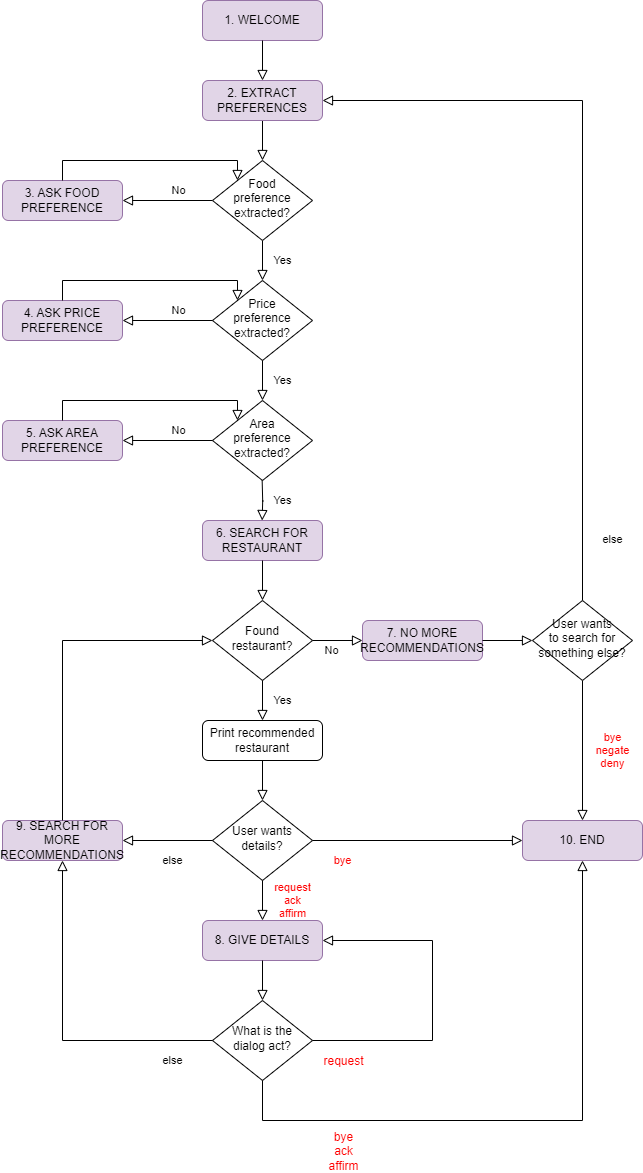
Before: figures/Diagram-Part1B.png, a diagram exported from draw.io (alexia-nt/Restaurant-Recommendations-Dialog-System). Source tidied: cells renumbered, new cells last; positions are measured from the earlier drawing's top-left corner, leaving out a move shared by most shapes.
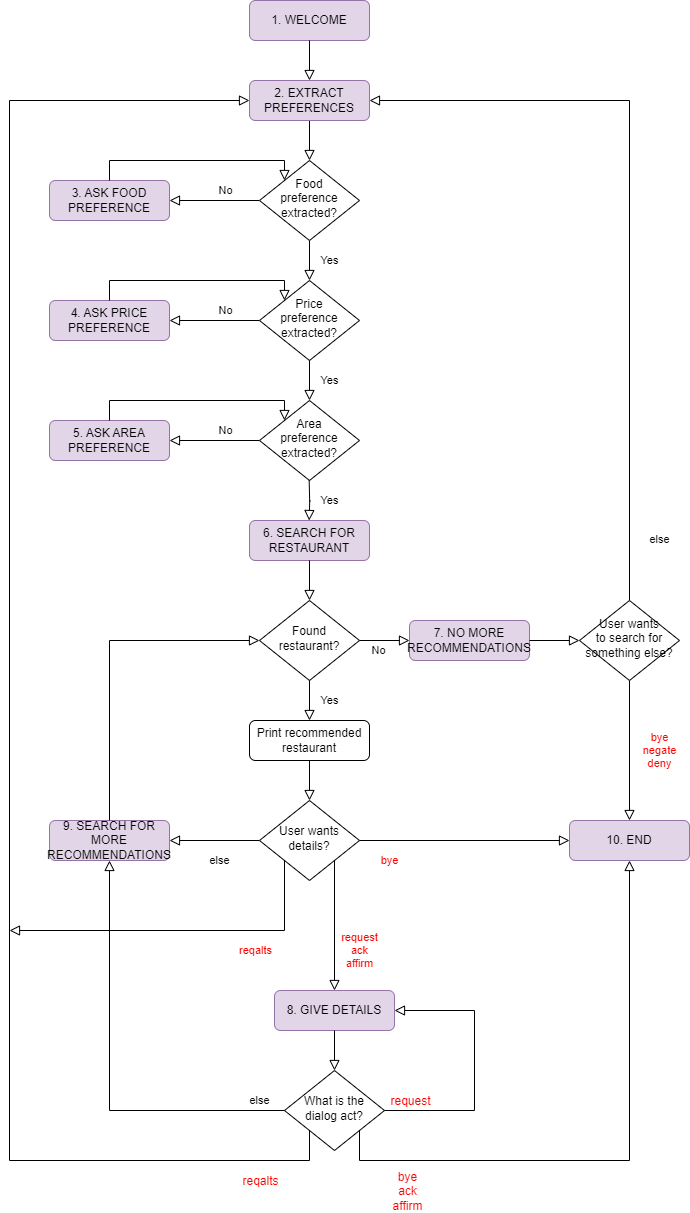
Above is the later version.

The edit, as a diff of the source:
```diff
@@ -71,22 +71,19 @@
         </Array>
       </mxGeometry>
     </mxCell>
-    <mxCell id="20" value="Yes" style="rounded=0;html=1;jettySize=auto;orthogonalLoop=1;fontSize=11;endArrow=block;endFill=0;endSize=8;strokeWidth=1;shadow=0;labelBackgroundColor=none;edgeStyle=orthogonalEdgeStyle;exitX=0.5;exitY=1;exitDx=0;exitDy=0;" parent="1" edge="1">
-      <mxGeometry x="0.05" y="20" relative="1" as="geometry">
-        <mxPoint x="259.7" y="480" as="sourcePoint" />
-        <mxPoint x="259.7" y="520" as="targetPoint" />
-        <mxPoint y="-1" as="offset" />
-      </mxGeometry>
-    </mxCell>
+    <mxCell id="48" value="Yes" style="rounded=0;html=1;jettySize=auto;orthogonalLoop=1;fontSize=11;endArrow=block;endFill=0;endSize=8;strokeWidth=1;shadow=0;labelBackgroundColor=none;edgeStyle=orthogonalEdgeStyle;exitX=0.5;exitY=1;exitDx=0;exitDy=0;" parent="1" edge="1">
+      <mxGeometry x="0.05" y="20" relative="1" as="geometry">
+        <mxPoint x="259.7" y="480" as="sourcePoint" />
+        <mxPoint x="259.7" y="520" as="targetPoint" />
+        <mxPoint y="-1" as="offset" />
+      </mxGeometry>
+    </mxCell>
     <mxCell id="21" value="6. SEARCH FOR RESTAURANT" style="rounded=1;whiteSpace=wrap;html=1;fontSize=12;glass=0;strokeWidth=1;shadow=0;fillColor=#e1d5e7;strokeColor=#9673a6;" parent="1" vertex="1">
       <mxGeometry x="200" y="520" width="120" height="40" as="geometry" />
     </mxCell>
     <mxCell id="22" value="Found restaurant?" style="rhombus;whiteSpace=wrap;html=1;shadow=0;fontFamily=Helvetica;fontSize=12;align=center;strokeWidth=1;spacing=6;spacingTop=-4;" parent="1" vertex="1">
       <mxGeometry x="210" y="600" width="100" height="80" as="geometry" />
     </mxCell>
-    <mxCell id="23" value="Yes" style="rounded=0;jettySize=auto;fontSize=11;endArrow=block;endFill=0;endSize=8;strokeWidth=1;shadow=0;labelBackgroundColor=none;edgeStyle=orthogonalEdgeStyle;exitX=0.5;exitY=1;exitDx=0;exitDy=0;entryX=0.5;entryY=0;entryDx=0;entryDy=0;html=1;fontColor=none;noLabel=1;textShadow=1;" parent="1" edge="1" source="21" target="22">
-      <mxGeometry y="20" relative="1" as="geometry" />
-    </mxCell>
     <mxCell id="24" value="No" style="edgeStyle=orthogonalEdgeStyle;rounded=0;html=1;jettySize=auto;fontSize=11;endArrow=block;endFill=0;endSize=8;strokeWidth=1;shadow=0;labelBackgroundColor=none;entryX=0;entryY=0.5;entryDx=0;entryDy=0;exitX=1;exitY=0.5;exitDx=0;exitDy=0;" parent="1" edge="1" source="22" target="25">
       <mxGeometry x="-0.25" y="-10" relative="1" as="geometry" />
     </mxCell>
@@ -103,7 +100,7 @@
       <mxGeometry x="-0.84" y="-30" relative="1" as="geometry" />
     </mxCell>
     <mxCell id="29" value="8. GIVE DETAILS" style="rounded=1;whiteSpace=wrap;html=1;fontSize=12;glass=0;strokeWidth=1;shadow=0;fillColor=#e1d5e7;strokeColor=#9673a6;" parent="1" vertex="1">
-      <mxGeometry x="200" y="920" width="120" height="40" as="geometry" />
+      <mxGeometry x="225" y="990" width="120" height="40" as="geometry" />
     </mxCell>
     <mxCell id="30" value="User wants details?" style="rhombus;whiteSpace=wrap;html=1;shadow=0;fontFamily=Helvetica;fontSize=12;align=center;strokeWidth=1;spacing=6;spacingTop=-4;" parent="1" vertex="1">
       <mxGeometry x="210" y="800" width="100" height="80" as="geometry" />
@@ -130,29 +127,29 @@
     <mxCell id="36" style="edgeStyle=orthogonalEdgeStyle;rounded=0;html=1;jettySize=auto;fontSize=11;endArrow=block;endFill=0;endSize=8;strokeWidth=1;shadow=0;labelBackgroundColor=none;entryX=0;entryY=0.5;entryDx=0;entryDy=0;exitX=1;exitY=0.5;exitDx=0;exitDy=0;" parent="1" edge="1" source="25" target="35">
       <mxGeometry x="-0.25" y="-10" relative="1" as="geometry" />
     </mxCell>
-    <mxCell id="37" value="&lt;font color=&quot;#ff0000&quot;&gt;request&lt;/font&gt;&lt;div&gt;&lt;font color=&quot;#ff0000&quot;&gt;ack&lt;/font&gt;&lt;/div&gt;&lt;div&gt;&lt;font color=&quot;#ff0000&quot;&gt;affirm&lt;/font&gt;&lt;/div&gt;" style="edgeStyle=orthogonalEdgeStyle;rounded=0;html=1;jettySize=auto;fontSize=11;endArrow=block;endFill=0;endSize=8;strokeWidth=1;shadow=0;labelBackgroundColor=none;entryX=0.5;entryY=0;entryDx=0;entryDy=0;" parent="1" edge="1" source="30" target="29">
-      <mxGeometry y="30" relative="1" as="geometry" />
+    <mxCell id="37" value="&lt;font color=&quot;#ff0000&quot;&gt;request&lt;/font&gt;&lt;div&gt;&lt;div&gt;&lt;font color=&quot;#ff0000&quot;&gt;ack&lt;/font&gt;&lt;/div&gt;&lt;div&gt;&lt;font color=&quot;#ff0000&quot;&gt;affirm&lt;/font&gt;&lt;/div&gt;&lt;/div&gt;" style="edgeStyle=orthogonalEdgeStyle;rounded=0;html=1;jettySize=auto;fontSize=11;endArrow=block;endFill=0;endSize=8;strokeWidth=1;shadow=0;labelBackgroundColor=none;entryX=0.5;entryY=0;entryDx=0;entryDy=0;exitX=1;exitY=1;exitDx=0;exitDy=0;" parent="1" edge="1" source="30" target="29">
+      <mxGeometry x="0.38" y="25" relative="1" as="geometry" />
     </mxCell>
-    <mxCell id="38" value="&lt;span style=&quot;background-color: initial;&quot;&gt;What is the dialog act?&lt;/span&gt;" style="rhombus;whiteSpace=wrap;html=1;shadow=0;fontFamily=Helvetica;fontSize=12;align=center;strokeWidth=1;spacing=6;spacingTop=-4;" parent="1" vertex="1">
-      <mxGeometry x="210" y="1000" width="100" height="80" as="geometry" />
+    <mxCell id="38" value="What is the dialog act?" style="rhombus;whiteSpace=wrap;html=1;shadow=0;fontFamily=Helvetica;fontSize=12;align=center;strokeWidth=1;spacing=6;spacingTop=-4;" parent="1" vertex="1">
+      <mxGeometry x="235" y="1070" width="100" height="80" as="geometry" />
     </mxCell>
     <mxCell id="39" value="Yes" style="rounded=0;jettySize=auto;fontSize=11;endArrow=block;endFill=0;endSize=8;strokeWidth=1;shadow=0;labelBackgroundColor=none;edgeStyle=orthogonalEdgeStyle;exitX=0.5;exitY=1;exitDx=0;exitDy=0;entryX=0.5;entryY=0;entryDx=0;entryDy=0;html=1;fontColor=none;noLabel=1;textShadow=1;" parent="1" edge="1" source="29" target="38">
       <mxGeometry y="20" relative="1" as="geometry" />
     </mxCell>
     <mxCell id="40" value="else" style="edgeStyle=orthogonalEdgeStyle;rounded=0;html=1;jettySize=auto;fontSize=11;endArrow=block;endFill=0;endSize=8;strokeWidth=1;shadow=0;labelBackgroundColor=none;entryX=0.5;entryY=1;entryDx=0;entryDy=0;exitX=0;exitY=0.5;exitDx=0;exitDy=0;" parent="1" edge="1" source="38" target="32">
-      <mxGeometry x="-0.76" y="20" relative="1" as="geometry" />
+      <mxGeometry x="-0.88" y="-10" relative="1" as="geometry" />
     </mxCell>
-    <mxCell id="41" value="Yes" style="rounded=0;jettySize=auto;fontSize=11;endArrow=block;endFill=0;endSize=8;strokeWidth=1;shadow=0;labelBackgroundColor=none;edgeStyle=orthogonalEdgeStyle;exitX=0.5;exitY=1;exitDx=0;exitDy=0;entryX=0.5;entryY=1;entryDx=0;entryDy=0;html=1;fontColor=none;noLabel=1;textShadow=1;" parent="1" edge="1" source="38" target="26">
+    <mxCell id="41" value="Yes" style="rounded=0;jettySize=auto;fontSize=11;endArrow=block;endFill=0;endSize=8;strokeWidth=1;shadow=0;labelBackgroundColor=none;edgeStyle=orthogonalEdgeStyle;exitX=1;exitY=1;exitDx=0;exitDy=0;entryX=0.5;entryY=1;entryDx=0;entryDy=0;html=1;fontColor=none;noLabel=1;textShadow=1;" parent="1" edge="1" source="38" target="26">
       <mxGeometry y="20" relative="1" as="geometry">
         <Array as="points">
-          <mxPoint x="260" y="1120" />
-          <mxPoint x="580" y="1120" />
+          <mxPoint x="310" y="1160" />
+          <mxPoint x="580" y="1160" />
         </Array>
       </mxGeometry>
     </mxCell>
-    <mxCell id="42" value="&lt;font color=&quot;#ff0000&quot;&gt;bye&lt;/font&gt;&lt;div&gt;&lt;font color=&quot;#ff0000&quot;&gt;ack&lt;/font&gt;&lt;/div&gt;&lt;div&gt;&lt;font color=&quot;#ff0000&quot;&gt;affirm&lt;/font&gt;&lt;/div&gt;" style="edgeLabel;html=1;align=center;verticalAlign=middle;fontSize=12;" parent="41" vertex="1">
+    <mxCell id="42" value="&lt;font color=&quot;#ff0000&quot;&gt;bye&lt;br&gt;ack&lt;/font&gt;&lt;div&gt;&lt;font color=&quot;#ff0000&quot;&gt;affirm&lt;/font&gt;&lt;/div&gt;" style="edgeLabel;html=1;align=center;verticalAlign=middle;fontSize=12;" parent="41" vertex="1">
       <mxGeometry x="-0.32" y="-5" relative="1" as="geometry">
-        <mxPoint x="-91" y="25" as="offset" />
+        <mxPoint x="-128" y="25" as="offset" />
       </mxGeometry>
     </mxCell>
     <mxCell id="43" value="Print recommended restaurant" style="rounded=1;whiteSpace=wrap;html=1;fontSize=12;glass=0;strokeWidth=1;shadow=0;" parent="1" vertex="1">
@@ -169,18 +166,43 @@
     <mxCell id="45" value="Yes" style="rounded=0;html=1;jettySize=auto;fontSize=11;endArrow=block;endFill=0;endSize=8;strokeWidth=1;shadow=0;labelBackgroundColor=none;edgeStyle=orthogonalEdgeStyle;exitX=0.5;exitY=1;exitDx=0;exitDy=0;entryX=0.5;entryY=0;entryDx=0;entryDy=0;" parent="1" edge="1" source="22" target="43">
       <mxGeometry y="20" relative="1" as="geometry" />
     </mxCell>
+    <mxCell id="23" value="Yes" style="rounded=0;jettySize=auto;fontSize=11;endArrow=block;endFill=0;endSize=8;strokeWidth=1;shadow=0;labelBackgroundColor=none;edgeStyle=orthogonalEdgeStyle;entryX=0.5;entryY=0;entryDx=0;entryDy=0;html=1;fontColor=none;noLabel=1;textShadow=1;exitX=0.5;exitY=1;exitDx=0;exitDy=0;" parent="1" edge="1" source="21" target="22">
+      <mxGeometry y="20" relative="1" as="geometry" />
+    </mxCell>
-    <mxCell id="46" value="Yes" style="rounded=0;jettySize=auto;fontSize=11;endArrow=block;endFill=0;endSize=8;strokeWidth=1;shadow=0;labelBackgroundColor=none;edgeStyle=orthogonalEdgeStyle;entryX=1;entryY=0.5;entryDx=0;entryDy=0;html=1;fontColor=none;noLabel=1;textShadow=1;exitX=1;exitY=0.5;exitDx=0;exitDy=0;" parent="1" edge="1" source="38" target="29">
+    <mxCell id="46" style="rounded=0;jettySize=auto;fontSize=11;endArrow=block;endFill=0;endSize=8;strokeWidth=1;shadow=0;labelBackgroundColor=none;edgeStyle=orthogonalEdgeStyle;exitX=1;exitY=0.5;exitDx=0;exitDy=0;entryX=1;entryY=0.5;entryDx=0;entryDy=0;html=1;fontColor=none;noLabel=1;textShadow=1;" parent="1" edge="1" source="38" target="29">
       <mxGeometry y="20" relative="1" as="geometry">
         <Array as="points">
-          <mxPoint x="430" y="1040" />
-          <mxPoint x="430" y="940" />
+          <mxPoint x="425" y="1110" />
+          <mxPoint x="425" y="1010" />
         </Array>
       </mxGeometry>
     </mxCell>
     <mxCell id="47" value="&lt;font color=&quot;#ff0000&quot;&gt;request&lt;/font&gt;" style="edgeLabel;html=1;align=center;verticalAlign=middle;fontSize=12;" parent="46" vertex="1">
       <mxGeometry x="-0.32" y="-5" relative="1" as="geometry">
-        <mxPoint x="-83" y="15" as="offset" />
+        <mxPoint x="-70" y="-8" as="offset" />
       </mxGeometry>
     </mxCell>
+    <mxCell id="49" value="Yes" style="rounded=0;jettySize=auto;fontSize=11;endArrow=block;endFill=0;endSize=8;strokeWidth=1;shadow=0;labelBackgroundColor=none;edgeStyle=orthogonalEdgeStyle;html=1;fontColor=none;noLabel=1;textShadow=1;exitX=0;exitY=1;exitDx=0;exitDy=0;entryX=0;entryY=0.5;entryDx=0;entryDy=0;" parent="1" edge="1" source="38" target="3">
+      <mxGeometry y="20" relative="1" as="geometry">
+        <Array as="points">
+          <mxPoint x="260" y="1160" />
+          <mxPoint x="-40" y="1160" />
+          <mxPoint x="-40" y="100" />
+        </Array>
+      </mxGeometry>
+    </mxCell>
+    <mxCell id="50" value="&lt;font color=&quot;#ff0000&quot;&gt;reqalts&lt;/font&gt;" style="edgeLabel;html=1;align=center;verticalAlign=middle;fontSize=12;" parent="49" vertex="1">
+      <mxGeometry x="-0.32" y="-5" relative="1" as="geometry">
+        <mxPoint x="245" y="246" as="offset" />
+      </mxGeometry>
+    </mxCell>
+    <mxCell id="51" value="&lt;font color=&quot;#ff0000&quot;&gt;reqalts&lt;/font&gt;" style="rounded=0;html=1;jettySize=auto;fontSize=11;endArrow=block;endFill=0;endSize=8;strokeWidth=1;shadow=0;labelBackgroundColor=none;edgeStyle=orthogonalEdgeStyle;exitX=0;exitY=1;exitDx=0;exitDy=0;" parent="1" edge="1" source="30">
+      <mxGeometry x="-0.43" y="20" relative="1" as="geometry">
+        <mxPoint x="-40" y="930" as="targetPoint" />
+        <Array as="points">
+          <mxPoint x="235" y="930" />
+        </Array>
+      </mxGeometry>
+    </mxCell>
   </root>
 </mxGraphModel>
```
